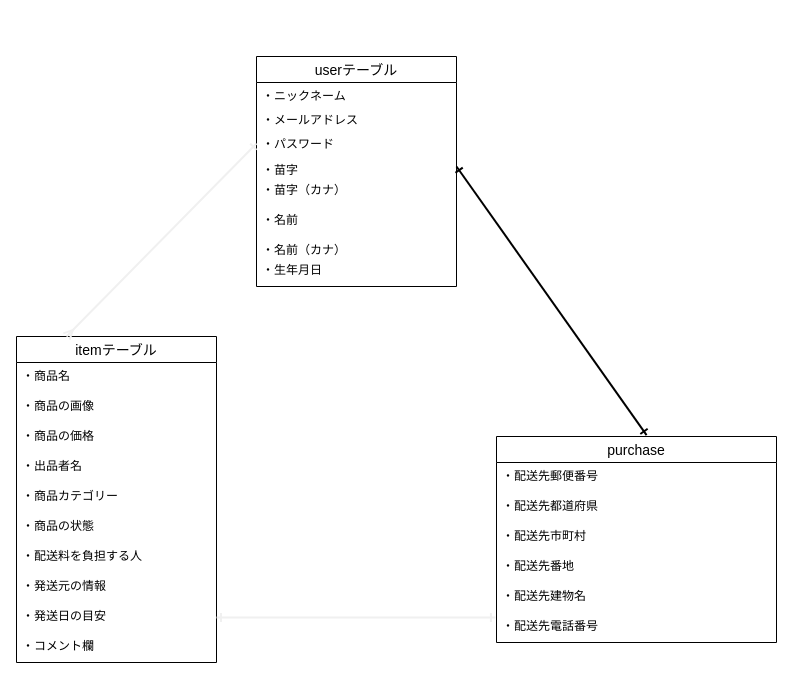
The draw.io diagram furima35256.dio in riyo-y/furima-35256, before the edit. Source tidied: cells renumbered, new cells numbered last; positions are measured from the earlier drawing's top-left corner, leaving out a move shared by most shapes. Both pictures are drawn from the tidied source at 100%, with x=0, y=0 at pixel (16, 56).
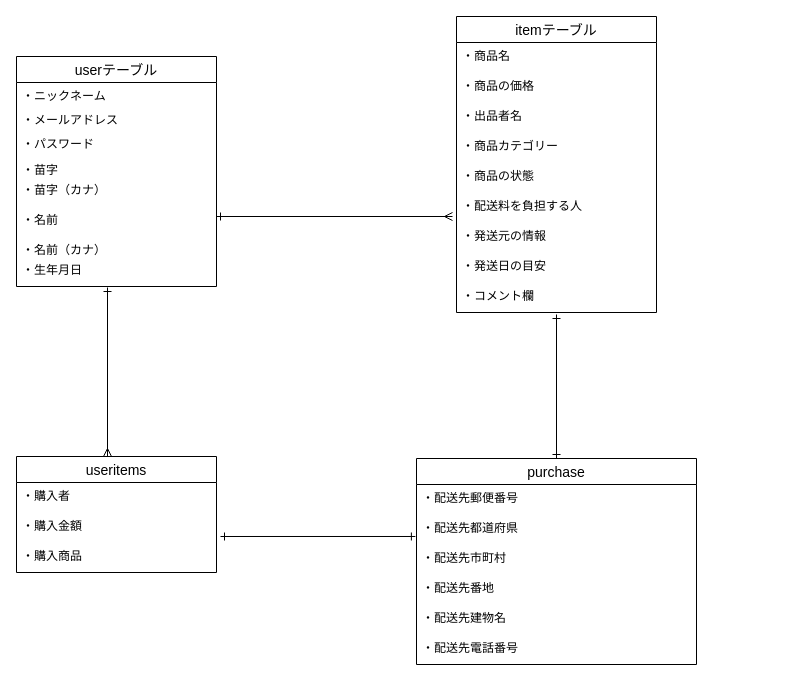
After the change.

Commit message (it also covers changes not shown here):
ER図とREADMEの修正

The change refers to these unchanged cells:
```xml
<mxCell id="5" value="・パスワード" style="text;strokeColor=none;fillColor=none;spacingLeft=4;spacingRight=4;overflow=hidden;points=[[0,0.5],[1,0.5]];portConstraint=eastwest;fontSize=12;" parent="2" vertex="1">
  <mxGeometry y="74" width="200" height="26" as="geometry" />
</mxCell>
<mxCell id="24" value="・配送先都道府県&#10;" style="text;strokeColor=none;fillColor=none;spacingLeft=4;spacingRight=4;overflow=hidden;points=[[0,0.5],[1,0.5]];portConstraint=eastwest;fontSize=12;" parent="22" vertex="1">
  <mxGeometry y="56" width="280" height="30" as="geometry" />
</mxCell>
<mxCell id="28" value="・配送先電話番号&#10;" style="text;strokeColor=none;fillColor=none;spacingLeft=4;spacingRight=4;overflow=hidden;points=[[0,0.5],[1,0.5]];portConstraint=eastwest;fontSize=12;" parent="22" vertex="1">
  <mxGeometry y="176" width="280" height="30" as="geometry" />
</mxCell>
```

Change to the diagram source:
```diff
@@
     <mxCell id="2" value="userテーブル" style="swimlane;fontStyle=0;horizontal=1;startSize=26;align=center;fontSize=14;" parent="1" vertex="1">
-      <mxGeometry x="240" width="200" height="230" as="geometry" />
+      <mxGeometry width="200" height="230" as="geometry" />
     </mxCell>
@@
     <mxCell id="11" value="itemテーブル" style="swimlane;fontStyle=0;horizontal=1;startSize=26;align=center;fontSize=14;" parent="1" vertex="1">
-      <mxGeometry y="280" width="200" height="326" as="geometry" />
+      <mxGeometry x="440" y="-40" width="200" height="296" as="geometry" />
     </mxCell>
@@
-    <mxCell id="13" value="・商品の画像&#10;" style="text;strokeColor=none;fillColor=none;spacingLeft=4;spacingRight=4;overflow=hidden;fontSize=12;" parent="11" vertex="1">
-      <mxGeometry y="56" width="200" height="30" as="geometry" />
-    </mxCell>
     <mxCell id="14" value="・商品の価格&#10;" style="text;strokeColor=none;fillColor=none;spacingLeft=4;spacingRight=4;overflow=hidden;fontSize=12;" parent="11" vertex="1">
-      <mxGeometry y="86" width="200" height="30" as="geometry" />
+      <mxGeometry y="56" width="200" height="30" as="geometry" />
     </mxCell>
     <mxCell id="15" value="・出品者名&#10;" style="text;strokeColor=none;fillColor=none;spacingLeft=4;spacingRight=4;overflow=hidden;fontSize=12;" parent="11" vertex="1">
-      <mxGeometry y="116" width="200" height="30" as="geometry" />
+      <mxGeometry y="86" width="200" height="30" as="geometry" />
     </mxCell>
     <mxCell id="16" value="・商品カテゴリー" style="text;strokeColor=none;fillColor=none;spacingLeft=4;spacingRight=4;overflow=hidden;fontSize=12;" parent="11" vertex="1">
-      <mxGeometry y="146" width="200" height="30" as="geometry" />
+      <mxGeometry y="116" width="200" height="30" as="geometry" />
     </mxCell>
     <mxCell id="17" value="・商品の状態" style="text;strokeColor=none;fillColor=none;spacingLeft=4;spacingRight=4;overflow=hidden;fontSize=12;" parent="11" vertex="1">
-      <mxGeometry y="176" width="200" height="30" as="geometry" />
+      <mxGeometry y="146" width="200" height="30" as="geometry" />
     </mxCell>
     <mxCell id="18" value="・配送料を負担する人" style="text;strokeColor=none;fillColor=none;spacingLeft=4;spacingRight=4;overflow=hidden;points=[[0,0.5],[1,0.5]];portConstraint=eastwest;fontSize=12;" parent="11" vertex="1">
-      <mxGeometry y="206" width="200" height="30" as="geometry" />
+      <mxGeometry y="176" width="200" height="30" as="geometry" />
     </mxCell>
     <mxCell id="19" value="・発送元の情報" style="text;strokeColor=none;fillColor=none;spacingLeft=4;spacingRight=4;overflow=hidden;fontSize=12;" parent="11" vertex="1">
-      <mxGeometry y="236" width="200" height="30" as="geometry" />
+      <mxGeometry y="206" width="200" height="30" as="geometry" />
     </mxCell>
     <mxCell id="20" value="・発送日の目安" style="text;strokeColor=none;fillColor=none;spacingLeft=4;spacingRight=4;overflow=hidden;points=[[0,0.5],[1,0.5]];portConstraint=eastwest;fontSize=12;" parent="11" vertex="1">
-      <mxGeometry y="266" width="200" height="30" as="geometry" />
+      <mxGeometry y="236" width="200" height="30" as="geometry" />
     </mxCell>
     <mxCell id="21" value="・コメント欄" style="text;strokeColor=none;fillColor=none;spacingLeft=4;spacingRight=4;overflow=hidden;points=[[0,0.5],[1,0.5]];portConstraint=eastwest;fontSize=12;" parent="11" vertex="1">
-      <mxGeometry y="296" width="200" height="30" as="geometry" />
+      <mxGeometry y="266" width="200" height="30" as="geometry" />
     </mxCell>
     <mxCell id="22" value="purchase" style="swimlane;fontStyle=0;horizontal=1;startSize=26;align=center;fontSize=14;" parent="1" vertex="1">
-      <mxGeometry x="480" y="380" width="280" height="206" as="geometry" />
+      <mxGeometry x="400" y="402" width="280" height="206" as="geometry" />
     </mxCell>
@@
-    <mxCell id="29" style="fontSize=12;html=1;endArrow=ERone;endFill=0;strokeColor=#f0f0f0;strokeWidth=2;startArrow=ERone;startFill=0;exitX=1;exitY=0.5;exitDx=0;exitDy=0;entryX=-0.004;entryY=0.167;entryDx=0;entryDy=0;entryPerimeter=0;" parent="1" edge="1" source="20" target="28">
-      <mxGeometry relative="1" as="geometry" />
-    </mxCell>
-    <mxCell id="30" style="fontSize=12;html=1;endArrow=ERone;endFill=1;strokeColor=#f0f0f0;strokeWidth=2;startArrow=ERmany;startFill=0;entryX=0;entryY=0.5;entryDx=0;entryDy=0;exitX=0.25;exitY=0;exitDx=0;exitDy=0;" parent="1" edge="1" source="11" target="5">
-      <mxGeometry relative="1" as="geometry" />
-    </mxCell>
-    <mxCell id="31" style="fontSize=12;html=1;endArrow=ERone;endFill=1;entryX=0.536;entryY=-0.007;entryDx=0;entryDy=0;entryPerimeter=0;exitX=1;exitY=0.5;exitDx=0;exitDy=0;startArrow=ERone;startFill=0;strokeWidth=2;" parent="1" edge="1" target="22">
-      <mxGeometry relative="1" as="geometry">
-        <mxPoint x="440" y="110" as="sourcePoint" />
-      </mxGeometry>
-    </mxCell>
+    <mxCell id="32" value="useritems" style="swimlane;fontStyle=0;horizontal=1;startSize=26;align=center;fontSize=14;" parent="1" vertex="1">
+      <mxGeometry y="400" width="200" height="116" as="geometry" />
+    </mxCell>
+    <mxCell id="33" value="・購入者&#10;" style="text;strokeColor=none;fillColor=none;spacingLeft=4;spacingRight=4;overflow=hidden;fontSize=12;" parent="32" vertex="1">
+      <mxGeometry y="26" width="200" height="30" as="geometry" />
+    </mxCell>
+    <mxCell id="34" value="・購入金額" style="text;strokeColor=none;fillColor=none;spacingLeft=4;spacingRight=4;overflow=hidden;points=[[0,0.5],[1,0.5]];portConstraint=eastwest;fontSize=12;" parent="32" vertex="1">
+      <mxGeometry y="56" width="200" height="30" as="geometry" />
+    </mxCell>
+    <mxCell id="35" value="・購入商品" style="text;strokeColor=none;fillColor=none;spacingLeft=4;spacingRight=4;overflow=hidden;fontSize=12;" parent="32" vertex="1">
+      <mxGeometry y="86" width="200" height="30" as="geometry" />
+    </mxCell>
+    <mxCell id="36" style="fontSize=12;html=1;endArrow=ERmany;startArrow=ERone;entryX=-0.02;entryY=0.8;entryDx=0;entryDy=0;entryPerimeter=0;startFill=0;endFill=0;" parent="1" edge="1" target="18">
+      <mxGeometry relative="1" as="geometry">
+        <mxPoint x="200" y="160" as="sourcePoint" />
+      </mxGeometry>
+    </mxCell>
+    <mxCell id="37" style="fontSize=12;html=1;endArrow=ERone;endFill=1;startArrow=ERone;startFill=0;exitX=0.5;exitY=0;exitDx=0;exitDy=0;entryX=0.5;entryY=1.067;entryDx=0;entryDy=0;entryPerimeter=0;" parent="1" edge="1" source="22" target="21">
+      <mxGeometry relative="1" as="geometry" />
+    </mxCell>
+    <mxCell id="38" style="fontSize=12;html=1;endArrow=ERone;endFill=1;exitX=0.455;exitY=0;exitDx=0;exitDy=0;exitPerimeter=0;startArrow=ERmany;startFill=0;" parent="1" edge="1" source="32">
+      <mxGeometry relative="1" as="geometry">
+        <mxPoint x="91" y="231" as="targetPoint" />
+      </mxGeometry>
+    </mxCell>
+    <mxCell id="39" style="fontSize=12;html=1;endArrow=ERone;endFill=1;entryX=-0.004;entryY=0.733;entryDx=0;entryDy=0;entryPerimeter=0;exitX=1.02;exitY=0.8;exitDx=0;exitDy=0;exitPerimeter=0;startArrow=ERone;startFill=0;" parent="1" edge="1" source="34" target="24">
+      <mxGeometry relative="1" as="geometry" />
+    </mxCell>
```
